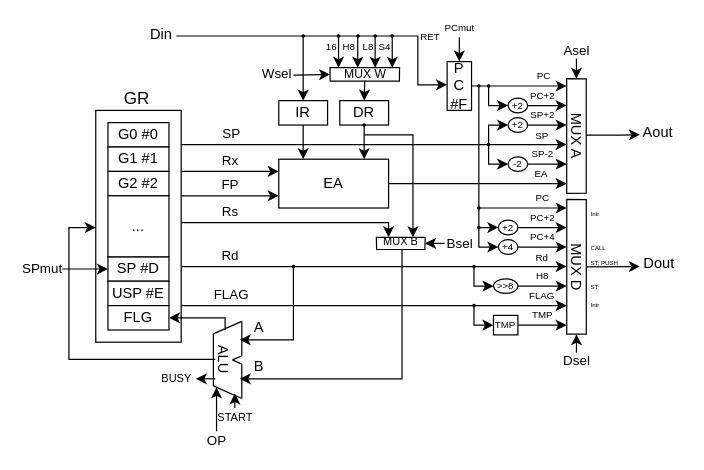
Above: page "ページ1" (1 of 2) of Doc/VHDL/TaC/tac_cpu.drawio in tctsigemura/TeC7 (draw.io), before the change. Source tidied: cells renumbered, new cells numbered last; positions are measured from the earlier drawing's top-left corner, leaving out a move shared by most shapes. Both pictures are drawn from the tidied source at 122%, with x=0, y=0 at pixel (59, 22).
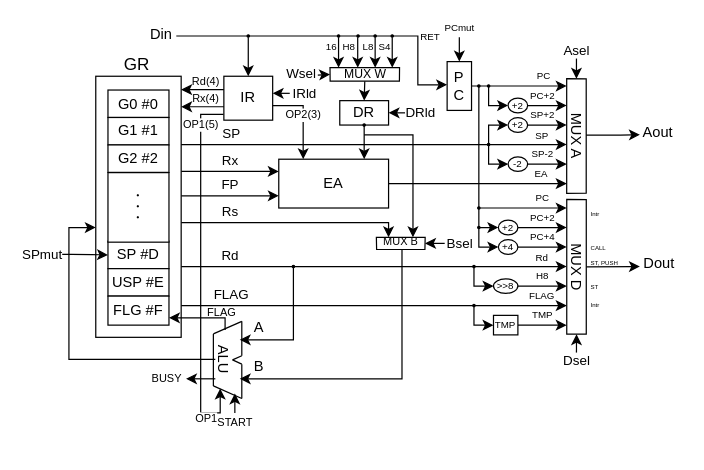
The same diagram, later.

Unchanged cells that the change refers to:
```xml
<mxCell id="7" value="DR" style="whiteSpace=wrap;html=1;" parent="1" vertex="1">
  <mxGeometry x="230" y="64" width="40" height="20" as="geometry" />
</mxCell>
<mxCell id="11" style="shape=trapezoid;perimeter=trapezoidPerimeter;whiteSpace=wrap;html=1;fixedSize=1;rotation=-180;size=0.1133043821555475;horizontal=1;" parent="1" vertex="1">
  <mxGeometry x="222" y="37" width="57" height="11" as="geometry" />
</mxCell>
```

The edit, as a diff of the source:
```diff
@@
     <mxCell id="6" value="IR" style="whiteSpace=wrap;html=1;" parent="1" vertex="1">
-      <mxGeometry x="180" y="64" width="40" height="20" as="geometry" />
+      <mxGeometry x="135" y="44" width="40" height="36" as="geometry" />
     </mxCell>
@@
-    <mxCell id="21" style="endArrow=classic;html=1;rounded=0;fontSize=8;labelPosition=left;verticalLabelPosition=middle;align=right;verticalAlign=middle;" parent="1" edge="1">
+    <mxCell id="21" style="endArrow=classic;html=1;rounded=0;fontSize=8;labelPosition=left;verticalLabelPosition=middle;align=right;verticalAlign=middle;entryX=0.5;entryY=0;entryDx=0;entryDy=0;" parent="1" edge="1" target="6">
       <mxGeometry x="-0.36" relative="1" as="geometry">
-        <mxPoint x="200" y="12" as="sourcePoint" />
-        <mxPoint x="200" y="64" as="targetPoint" />
+        <mxPoint x="155" y="12" as="sourcePoint" />
       </mxGeometry>
     </mxCell>
     <mxCell id="22" style="ellipse;whiteSpace=wrap;html=1;fillColor=#000000;" parent="1" vertex="1">
-      <mxGeometry x="199" y="10" width="2" height="2" as="geometry" />
+      <mxGeometry x="154" y="10" width="2" height="2" as="geometry" />
     </mxCell>
@@
-    <mxCell id="27" style="endArrow=classic;html=1;" parent="1" edge="1">
-      <mxGeometry relative="1" as="geometry">
-        <mxPoint x="200" y="84" as="sourcePoint" />
+    <mxCell id="27" value="OP2(3)" style="endArrow=classic;html=1;edgeStyle=orthogonalEdgeStyle;rounded=0;fontSize=9;" parent="1" edge="1">
+      <mxGeometry x="0.23" relative="1" as="geometry">
+        <mxPoint x="200" y="68" as="sourcePoint" />
         <mxPoint x="200" y="112" as="targetPoint" />
+        <Array as="points">
+          <mxPoint x="175" y="68" />
+          <mxPoint x="200" y="68" />
+        </Array>
       </mxGeometry>
     </mxCell>
@@
-    <mxCell id="45" value="P&lt;br&gt;C&lt;br&gt;#F" style="whiteSpace=wrap;html=1;" parent="1" vertex="1">
+    <mxCell id="45" value="P&lt;br&gt;C" style="whiteSpace=wrap;html=1;" parent="1" vertex="1">
       <mxGeometry x="318" y="32" width="20" height="40" as="geometry" />
     </mxCell>
@@
     <mxCell id="62" style="group;" parent="1" vertex="1">
-      <mxGeometry x="30" y="72" width="70" height="190" as="geometry" />
+      <mxGeometry x="30" y="44" width="130" height="214" as="geometry" />
     </mxCell>
     <mxCell id="63" style="whiteSpace=wrap;html=1;" parent="62" vertex="1">
-      <mxGeometry width="70" height="190" as="geometry" />
+      <mxGeometry width="70" height="214" as="geometry" />
     </mxCell>
     <mxCell id="64" value="G0 #0" style="whiteSpace=wrap;html=1;" parent="62" vertex="1">
-      <mxGeometry x="10" y="10" width="50" height="20" as="geometry" />
+      <mxGeometry x="10" y="11.3" width="50" height="22.5" as="geometry" />
     </mxCell>
     <mxCell id="65" value="G1 #1" style="whiteSpace=wrap;html=1;" parent="62" vertex="1">
-      <mxGeometry x="10" y="30" width="50" height="20" as="geometry" />
+      <mxGeometry x="10" y="33.8" width="50" height="22.5" as="geometry" />
     </mxCell>
     <mxCell id="66" value="G2 #2" style="whiteSpace=wrap;html=1;" parent="62" vertex="1">
-      <mxGeometry x="10" y="50" width="50" height="20" as="geometry" />
+      <mxGeometry x="10" y="56.3" width="50" height="22.5" as="geometry" />
     </mxCell>
     <mxCell id="67" value="SP #D" style="whiteSpace=wrap;html=1;" parent="62" vertex="1">
-      <mxGeometry x="10" y="120" width="50" height="20" as="geometry" />
+      <mxGeometry x="10" y="135.2" width="50" height="22.5" as="geometry" />
     </mxCell>
     <mxCell id="68" value="USP #E" style="whiteSpace=wrap;html=1;" parent="62" vertex="1">
-      <mxGeometry x="10" y="140" width="50" height="20" as="geometry" />
+      <mxGeometry x="10" y="157.7" width="50" height="22.5" as="geometry" />
     </mxCell>
-    <mxCell id="69" value="FLG" style="whiteSpace=wrap;html=1;" parent="62" vertex="1">
-      <mxGeometry x="10" y="160" width="50" height="20" as="geometry" />
+    <mxCell id="69" value="FLG #F" style="whiteSpace=wrap;html=1;" parent="62" vertex="1">
+      <mxGeometry x="10" y="180.2" width="50" height="23.8" as="geometry" />
     </mxCell>
-    <mxCell id="70" value="..." style="whiteSpace=wrap;html=1;" parent="62" vertex="1">
-      <mxGeometry x="10" y="70" width="50" height="50" as="geometry" />
-    </mxCell>
+    <mxCell id="110" value="・・・" style="rounded=0;whiteSpace=wrap;html=1;fontSize=9;horizontal=0;" parent="62" vertex="1">
+      <mxGeometry x="10" y="79" width="50" height="57" as="geometry" />
+    </mxCell>
+    <mxCell id="111" value="Rx(4)" style="endArrow=classic;html=1;labelBackgroundColor=none;fontSize=9;exitX=0;exitY=0.5;exitDx=0;exitDy=0;" parent="62" edge="1">
+      <mxGeometry x="-0.14" y="-6" relative="1" as="geometry">
+        <mxPoint x="105" y="25" as="sourcePoint" />
+        <mxPoint x="70" y="25" as="targetPoint" />
+      </mxGeometry>
+    </mxCell>
@@
-    <mxCell id="93" style="endArrow=classic;html=1;entryX=1;entryY=0.5;entryDx=0;entryDy=0;edgeStyle=orthogonalEdgeStyle;rounded=0;" parent="1" edge="1" target="69">
-      <mxGeometry relative="1" as="geometry">
+    <mxCell id="93" value="&lt;font style=&quot;font-size: 9px&quot;&gt;FLAG&lt;/font&gt;" style="endArrow=classic;html=1;edgeStyle=orthogonalEdgeStyle;rounded=0;labelBackgroundColor=none;entryX=1;entryY=0.75;entryDx=0;entryDy=0;" parent="1" edge="1" target="69">
+      <mxGeometry x="-0.53" y="-5" relative="1" as="geometry">
         <mxPoint x="136" y="252" as="sourcePoint" />
         <Array as="points">
           <mxPoint x="136" y="242" />
         </Array>
       </mxGeometry>
     </mxCell>
@@
     <mxCell id="99" value="GR" style="text;html=1;strokeColor=none;fillColor=none;align=center;verticalAlign=middle;whiteSpace=wrap;rounded=0;fontSize=14;" parent="1" vertex="1">
-      <mxGeometry x="44" y="52" width="40" height="20" as="geometry" />
+      <mxGeometry x="44" y="24" width="40" height="20" as="geometry" />
     </mxCell>
     <mxCell id="100" value="START" style="endArrow=classic;html=1;fontSize=9;" parent="1" edge="1">
       <mxGeometry x="-1" y="-8" relative="1" as="geometry">
-        <mxPoint x="144" y="316" as="sourcePoint" />
+        <mxPoint x="144" y="320" as="sourcePoint" />
         <mxPoint x="144" y="304" as="targetPoint" />
         <mxPoint x="-8" y="8" as="offset" />
       </mxGeometry>
     </mxCell>
     <mxCell id="101" value="BUSY" style="endArrow=classic;html=1;fontSize=9;" parent="1" edge="1">
       <mxGeometry x="1" y="16" relative="1" as="geometry">
         <mxPoint x="128" y="292" as="sourcePoint" />
-        <mxPoint x="112" y="292" as="targetPoint" />
+        <mxPoint x="104" y="292" as="targetPoint" />
         <mxPoint x="-16" y="-16" as="offset" />
       </mxGeometry>
     </mxCell>
@@
     <mxCell id="105" value="Wsel" style="endArrow=classic;html=1;entryX=1;entryY=0.5;entryDx=0;entryDy=0;labelPosition=left;verticalLabelPosition=middle;align=right;verticalAlign=middle;" parent="1" edge="1" target="11">
       <mxGeometry x="-1" relative="1" as="geometry">
-        <mxPoint x="192" y="43" as="sourcePoint" />
+        <mxPoint x="212" y="43" as="sourcePoint" />
         <mxPoint y="-1" as="offset" />
       </mxGeometry>
     </mxCell>
-    <mxCell id="106" value="SPmut" style="endArrow=classic;html=1;entryX=0;entryY=0.5;entryDx=0;entryDy=0;labelPosition=left;verticalLabelPosition=middle;align=right;verticalAlign=middle;" parent="1" edge="1" target="67">
+    <mxCell id="106" value="SPmut" style="endArrow=classic;html=1;entryX=0;entryY=0.5;entryDx=0;entryDy=0;labelPosition=left;verticalLabelPosition=middle;align=right;verticalAlign=middle;edgeStyle=orthogonalEdgeStyle;" parent="1" edge="1" target="67">
       <mxGeometry x="-0.8" relative="1" as="geometry">
-        <mxPoint y="202" as="sourcePoint" />
+        <mxPoint y="190" as="sourcePoint" />
+        <Array as="points">
+          <mxPoint x="20" y="190" />
+        </Array>
       </mxGeometry>
     </mxCell>
-    <mxCell id="107" value="OP" style="endArrow=classic;html=1;" parent="1" edge="1">
-      <mxGeometry x="-1" y="-8" relative="1" as="geometry">
-        <mxPoint x="129" y="335" as="sourcePoint" />
-        <mxPoint x="129" y="299" as="targetPoint" />
-        <mxPoint x="-8" y="8" as="offset" />
-      </mxGeometry>
-    </mxCell>
@@
+    <mxCell id="112" value="DRld" style="endArrow=classic;html=1;entryX=1;entryY=0.5;entryDx=0;entryDy=0;" parent="1" edge="1" target="7">
+      <mxGeometry x="-1" y="-12" relative="1" as="geometry">
+        <mxPoint x="284" y="74" as="sourcePoint" />
+        <mxPoint x="12" y="12" as="offset" />
+      </mxGeometry>
+    </mxCell>
+    <mxCell id="113" value="IRld" style="endArrow=classic;html=1;entryX=1;entryY=0.5;entryDx=0;entryDy=0;" parent="1" edge="1">
+      <mxGeometry x="-1" y="-12" relative="1" as="geometry">
+        <mxPoint x="189" y="58" as="sourcePoint" />
+        <mxPoint x="175" y="58" as="targetPoint" />
+        <mxPoint x="12" y="12" as="offset" />
+      </mxGeometry>
+    </mxCell>
+    <mxCell id="114" value="OP1(5)" style="endArrow=classic;html=1;fontSize=9;exitX=-0.007;exitY=0.869;exitDx=0;exitDy=0;edgeStyle=orthogonalEdgeStyle;rounded=0;exitPerimeter=0;" parent="1" edge="1" source="6">
+      <mxGeometry x="-0.82" relative="1" as="geometry">
+        <mxPoint x="132" y="300" as="targetPoint" />
+        <Array as="points">
+          <mxPoint x="116" y="75" />
+          <mxPoint x="116" y="320" />
+        </Array>
+      </mxGeometry>
+    </mxCell>
+    <mxCell id="115" value="&lt;span style=&quot;color: rgb(0 , 0 , 0) ; font-family: &amp;#34;helvetica&amp;#34; ; font-size: 9px ; font-style: normal ; font-weight: 400 ; letter-spacing: normal ; text-align: center ; text-indent: 0px ; text-transform: none ; word-spacing: 0px ; background-color: rgb(255 , 255 , 255) ; display: inline ; float: none&quot;&gt;OP1&lt;/span&gt;" style="text;whiteSpace=wrap;html=1;fontSize=9;verticalAlign=middle;" parent="1" vertex="1">
+      <mxGeometry x="110" y="319" width="20" height="12" as="geometry" />
+    </mxCell>
+    <mxCell id="116" value="Rd(4)" style="endArrow=classic;html=1;labelBackgroundColor=none;fontSize=9;exitX=0;exitY=0.5;exitDx=0;exitDy=0;" parent="1" edge="1">
+      <mxGeometry x="-0.14" y="-6" relative="1" as="geometry">
+        <mxPoint x="135" y="55" as="sourcePoint" />
+        <mxPoint x="100" y="55" as="targetPoint" />
+      </mxGeometry>
+    </mxCell>
```
